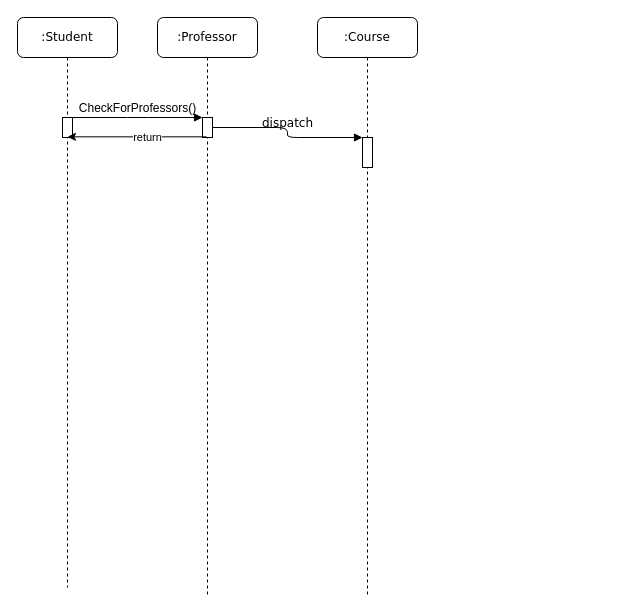
shgusgh12/Python-practice keeps this draw.io diagram as github/baekjoon/제목 없는 다이어그램.drawio. Above is the earlier version. Source tidied: cells renumbered, new cells numbered last; positions are measured from the earlier drawing's top-left corner, leaving out a move shared by most shapes. Both pictures are drawn from the tidied source at 100%, with x=0, y=0 at pixel (17, 17).
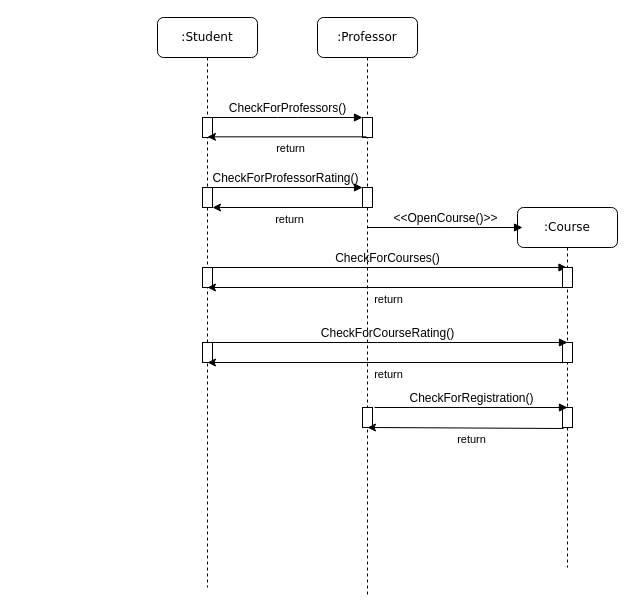
After the change.

Commit message (it also covers changes not shown here):
제목 없는 다이어그램.drawio 업데이트

Unchanged cells that the change refers to:
```xml
<mxCell id="3" style="html=1;points=[];perimeter=orthogonalPerimeter;rounded=0;shadow=0;comic=0;labelBackgroundColor=none;strokeWidth=1;fontFamily=Verdana;fontSize=12;align=center;" parent="2" vertex="1">
  <mxGeometry x="45" y="100" width="10" height="20" as="geometry" />
</mxCell>
<mxCell id="10" style="endArrow=classic;html=1;rounded=0;entryX=0.5;entryY=0.967;entryDx=0;entryDy=0;entryPerimeter=0;exitX=0.4;exitY=0.967;exitDx=0;exitDy=0;exitPerimeter=0;" parent="1" edge="1" source="3" target="7">
  <mxGeometry relative="1" as="geometry" />
</mxCell>
```

The edit, as a diff of the source:
```diff
@@
     <mxCell id="2" value=":Professor" style="shape=umlLifeline;perimeter=lifelinePerimeter;whiteSpace=wrap;html=1;rounded=1;shadow=0;comic=0;labelBackgroundColor=none;strokeWidth=1;fontFamily=Verdana;fontSize=12;align=center;" parent="1" vertex="1">
-      <mxGeometry x="140" width="100" height="580" as="geometry" />
+      <mxGeometry x="300" width="100" height="580" as="geometry" />
     </mxCell>
@@
+    <mxCell id="12" style="html=1;perimeter=orthogonalPerimeter;rounded=0;shadow=0;comic=0;labelBackgroundColor=none;strokeWidth=1;fontFamily=Verdana;fontSize=12;align=center;" parent="2" vertex="1">
+      <mxGeometry x="45" y="170" width="10" height="20" as="geometry" />
+    </mxCell>
+    <mxCell id="13" value="&lt;span style=&quot;font-family: Helvetica; text-align: left;&quot;&gt;CheckForProfessorRating()&lt;/span&gt;" style="html=1;verticalAlign=bottom;endArrow=block;entryX=0;entryY=0;labelBackgroundColor=none;fontFamily=Verdana;fontSize=12;edgeStyle=elbowEdgeStyle;elbow=vertical;" parent="2" edge="1" source="6">
+      <mxGeometry relative="1" as="geometry">
+        <mxPoint x="45" y="170" as="targetPoint" />
+      </mxGeometry>
+    </mxCell>
+    <mxCell id="14" style="endArrow=classic;html=1;rounded=0;entryX=1;entryY=1;entryDx=0;entryDy=0;entryPerimeter=0;exitX=0.4;exitY=0.967;exitDx=0;exitDy=0;exitPerimeter=0;" parent="2" edge="1" target="20">
+      <mxGeometry relative="1" as="geometry">
+        <mxPoint x="45" y="190" as="sourcePoint" />
+      </mxGeometry>
+    </mxCell>
+    <mxCell id="15" value="return" style="edgeLabel;html=1;align=center;verticalAlign=middle;" parent="14" vertex="1">
+      <mxGeometry x="-0.14" relative="1" as="geometry">
+        <mxPoint x="-9" y="11" as="offset" />
+      </mxGeometry>
+    </mxCell>
+    <mxCell id="16" value="&lt;span style=&quot;font-family: Helvetica; text-align: left;&quot;&gt;CheckForCourses()&lt;/span&gt;" style="html=1;verticalAlign=bottom;endArrow=block;labelBackgroundColor=none;fontFamily=Verdana;fontSize=12;edgeStyle=elbowEdgeStyle;elbow=vertical;" parent="2" edge="1" target="4">
+      <mxGeometry relative="1" as="geometry">
+        <mxPoint x="-110.5" y="250" as="sourcePoint" />
+      </mxGeometry>
+    </mxCell>
+    <mxCell id="17" style="html=1;points=[];perimeter=orthogonalPerimeter;rounded=0;shadow=0;comic=0;labelBackgroundColor=none;strokeWidth=1;fontFamily=Verdana;fontSize=12;align=center;" parent="2" vertex="1">
+      <mxGeometry x="45" y="390" width="10" height="20" as="geometry" />
+    </mxCell>
     <mxCell id="4" value=":Course" style="shape=umlLifeline;perimeter=lifelinePerimeter;whiteSpace=wrap;html=1;outlineConnect=0;rounded=1;shadow=0;comic=0;labelBackgroundColor=none;strokeWidth=1;fontFamily=Verdana;fontSize=12;align=center;" parent="1" vertex="1">
-      <mxGeometry x="300" width="100" height="580" as="geometry" />
+      <mxGeometry x="500" y="190" width="100" height="360" as="geometry" />
     </mxCell>
     <mxCell id="5" style="html=1;points=[];perimeter=orthogonalPerimeter;rounded=0;shadow=0;comic=0;labelBackgroundColor=none;strokeWidth=1;fontFamily=Verdana;fontSize=12;align=center;" parent="4" vertex="1">
-      <mxGeometry x="45" y="120" width="10" height="30" as="geometry" />
+      <mxGeometry x="45" y="60" width="10" height="20" as="geometry" />
     </mxCell>
+    <mxCell id="18" style="html=1;perimeter=orthogonalPerimeter;rounded=0;shadow=0;comic=0;labelBackgroundColor=none;strokeWidth=1;fontFamily=Verdana;fontSize=12;align=center;" parent="4" vertex="1">
+      <mxGeometry x="45" y="135" width="10" height="20" as="geometry" />
+    </mxCell>
+    <mxCell id="19" style="html=1;points=[];perimeter=orthogonalPerimeter;rounded=0;shadow=0;comic=0;labelBackgroundColor=none;strokeWidth=1;fontFamily=Verdana;fontSize=12;align=center;" parent="4" vertex="1">
+      <mxGeometry x="45" y="200" width="10" height="20" as="geometry" />
+    </mxCell>
     <mxCell id="6" value=":Student" style="shape=umlLifeline;perimeter=lifelinePerimeter;whiteSpace=wrap;html=1;outlineConnect=0;rounded=1;shadow=0;comic=0;labelBackgroundColor=none;strokeWidth=1;fontFamily=Verdana;fontSize=12;align=center;" parent="1" vertex="1">
-      <mxGeometry width="100" height="570" as="geometry" />
+      <mxGeometry x="140" width="100" height="570" as="geometry" />
     </mxCell>
@@
+    <mxCell id="20" style="html=1;points=[];perimeter=orthogonalPerimeter;rounded=0;shadow=0;comic=0;labelBackgroundColor=none;strokeWidth=1;fontFamily=Verdana;fontSize=12;align=center;" parent="6" vertex="1">
+      <mxGeometry x="45" y="170" width="10" height="20" as="geometry" />
+    </mxCell>
+    <mxCell id="21" style="html=1;points=[];perimeter=orthogonalPerimeter;rounded=0;shadow=0;comic=0;labelBackgroundColor=none;strokeWidth=1;fontFamily=Verdana;fontSize=12;align=center;" parent="6" vertex="1">
+      <mxGeometry x="45" y="250" width="10" height="20" as="geometry" />
+    </mxCell>
+    <mxCell id="22" style="html=1;perimeter=orthogonalPerimeter;rounded=0;shadow=0;comic=0;labelBackgroundColor=none;strokeWidth=1;fontFamily=Verdana;fontSize=12;align=center;" parent="6" vertex="1">
+      <mxGeometry x="45" y="325" width="10" height="20" as="geometry" />
+    </mxCell>
@@
-    <mxCell id="9" value="dispatch" style="html=1;verticalAlign=bottom;endArrow=block;entryX=0;entryY=0;labelBackgroundColor=none;fontFamily=Verdana;fontSize=12;edgeStyle=elbowEdgeStyle;elbow=vertical;" parent="1" edge="1" source="3" target="5">
-      <mxGeometry relative="1" as="geometry" />
-    </mxCell>
@@
     <mxCell id="11" value="return" style="edgeLabel;html=1;align=center;verticalAlign=middle;" parent="10" vertex="1">
-      <mxGeometry x="-0.14" relative="1" as="geometry" />
+      <mxGeometry x="-0.14" relative="1" as="geometry">
+        <mxPoint x="-9" y="11" as="offset" />
+      </mxGeometry>
     </mxCell>
+    <mxCell id="23" value="&lt;span style=&quot;font-family: Helvetica; text-align: left;&quot;&gt;&amp;lt;&amp;lt;OpenCourse()&amp;gt;&amp;gt;&lt;/span&gt;" style="html=1;verticalAlign=bottom;endArrow=block;entryX=0;entryY=0;labelBackgroundColor=none;fontFamily=Verdana;fontSize=12;edgeStyle=elbowEdgeStyle;elbow=vertical;" parent="1" edge="1">
+      <mxGeometry relative="1" as="geometry">
+        <mxPoint x="349.5" y="210" as="sourcePoint" />
+        <mxPoint x="505" y="210" as="targetPoint" />
+      </mxGeometry>
+    </mxCell>
+    <mxCell id="24" value="&lt;span style=&quot;font-family: Helvetica; text-align: left;&quot;&gt;CheckForCourseRating()&lt;/span&gt;" style="html=1;verticalAlign=bottom;endArrow=block;labelBackgroundColor=none;fontFamily=Verdana;fontSize=12;edgeStyle=elbowEdgeStyle;elbow=vertical;" parent="1" edge="1">
+      <mxGeometry relative="1" as="geometry">
+        <mxPoint x="190" y="325" as="sourcePoint" />
+        <mxPoint x="550" y="325" as="targetPoint" />
+      </mxGeometry>
+    </mxCell>
+    <mxCell id="25" value="&lt;span style=&quot;font-family: Helvetica; text-align: left;&quot;&gt;CheckForRegistration()&lt;/span&gt;" style="html=1;verticalAlign=bottom;endArrow=block;labelBackgroundColor=none;fontFamily=Verdana;fontSize=12;edgeStyle=elbowEdgeStyle;elbow=vertical;exitX=1.2;exitY=0;exitDx=0;exitDy=0;exitPerimeter=0;" parent="1" edge="1" source="17">
+      <mxGeometry relative="1" as="geometry">
+        <mxPoint x="550" y="390" as="targetPoint" />
+      </mxGeometry>
+    </mxCell>
+    <mxCell id="26" style="endArrow=classic;html=1;rounded=0;entryX=1;entryY=1;entryDx=0;entryDy=0;entryPerimeter=0;exitX=0.1;exitY=1.05;exitDx=0;exitDy=0;exitPerimeter=0;" parent="1" edge="1" source="19">
+      <mxGeometry relative="1" as="geometry">
+        <mxPoint x="350" y="410" as="targetPoint" />
+      </mxGeometry>
+    </mxCell>
+    <mxCell id="27" value="return" style="edgeLabel;html=1;align=center;verticalAlign=middle;" parent="26" vertex="1">
+      <mxGeometry x="-0.14" relative="1" as="geometry">
+        <mxPoint x="-9" y="11" as="offset" />
+      </mxGeometry>
+    </mxCell>
+    <mxCell id="28" style="endArrow=classic;html=1;rounded=0;entryX=0.5;entryY=1;entryDx=0;entryDy=0;entryPerimeter=0;" parent="1" edge="1" source="4" target="21">
+      <mxGeometry relative="1" as="geometry" />
+    </mxCell>
+    <mxCell id="29" value="return" style="edgeLabel;html=1;align=center;verticalAlign=middle;" parent="28" vertex="1">
+      <mxGeometry x="-0.14" relative="1" as="geometry">
+        <mxPoint x="-24" y="11" as="offset" />
+      </mxGeometry>
+    </mxCell>
+    <mxCell id="30" style="endArrow=classic;html=1;rounded=0;entryX=1;entryY=1;entryDx=0;entryDy=0;entryPerimeter=0;" parent="1" edge="1" source="4">
+      <mxGeometry relative="1" as="geometry">
+        <mxPoint x="190" y="345" as="targetPoint" />
+      </mxGeometry>
+    </mxCell>
+    <mxCell id="31" value="return" style="edgeLabel;html=1;align=center;verticalAlign=middle;" parent="30" vertex="1">
+      <mxGeometry x="-0.14" relative="1" as="geometry">
+        <mxPoint x="-24" y="11" as="offset" />
+      </mxGeometry>
+    </mxCell>
```
